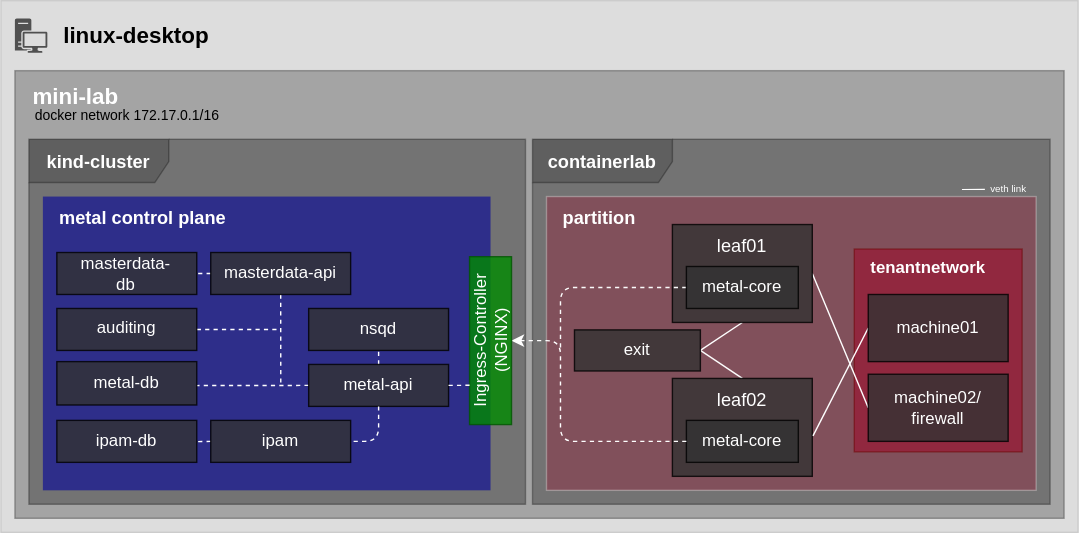
Earlier version of the draw.io export docs/overview.drawio.svg (metal-stack/mini-lab). Source tidied: cells renumbered, new cells last; positions are measured from the earlier drawing's top-left corner, leaving out a move shared by most shapes.
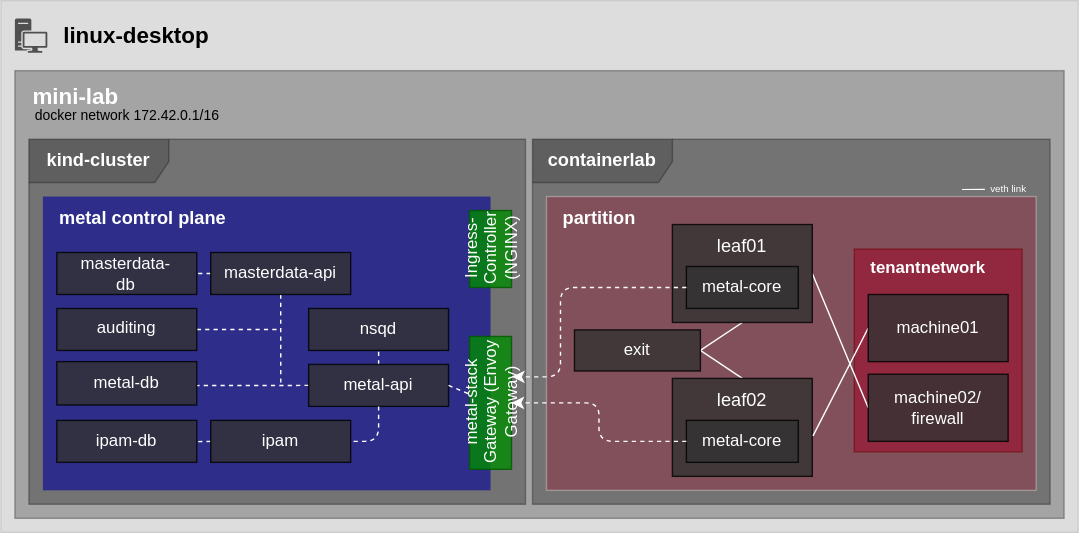
Later version of the same file.

Change to the diagram source:
```diff
@@ -72,13 +72,8 @@
     <mxCell id="23" style="edgeStyle=none;html=1;exitX=0;exitY=0.5;exitDx=0;exitDy=0;entryX=1.005;entryY=0.587;entryDx=0;entryDy=0;entryPerimeter=0;endArrow=none;endFill=0;strokeColor=#FFFFFF;" parent="1" edge="1" source="48" target="20">
       <mxGeometry relative="1" as="geometry" />
     </mxCell>
-    <mxCell id="24" style="edgeStyle=orthogonalEdgeStyle;html=1;exitX=0;exitY=0.5;exitDx=0;exitDy=0;dashed=1;entryX=0.5;entryY=1;entryDx=0;entryDy=0;strokeColor=#FFFFFF;" parent="1" edge="1" source="22" target="46">
-      <mxGeometry relative="1" as="geometry">
-        <Array as="points">
-          <mxPoint x="400" y="315" />
-          <mxPoint x="400" y="243" />
-        </Array>
-      </mxGeometry>
+    <mxCell id="24" style="edgeStyle=orthogonalEdgeStyle;html=1;exitX=0;exitY=0.5;exitDx=0;exitDy=0;dashed=1;strokeColor=#FFFFFF;" parent="1" edge="1" source="22" target="57">
+      <mxGeometry relative="1" as="geometry" />
     </mxCell>
     <mxCell id="25" style="edgeStyle=none;html=1;exitX=0.5;exitY=1;exitDx=0;exitDy=0;entryX=1;entryY=0.5;entryDx=0;entryDy=0;endArrow=none;endFill=0;strokeColor=#FFFFFF;" parent="1" edge="1" source="51" target="49">
       <mxGeometry relative="1" as="geometry" />
@@ -144,18 +139,18 @@
       <mxGeometry x="17.4" y="9.2" width="65.1" height="11.2" as="geometry" />
     </mxCell>
     <mxCell id="43" style="group;" parent="1" vertex="1">
-      <mxGeometry x="8" y="53" width="173" height="43" as="geometry" />
+      <mxGeometry x="8" y="53" width="173" height="44" as="geometry" />
     </mxCell>
     <mxCell id="44" value="mini-lab" style="text;html=1;strokeColor=none;fillColor=none;align=left;verticalAlign=middle;whiteSpace=wrap;rounded=0;fontSize=16;fontStyle=1;fontColor=#FFFFFF;" parent="43" vertex="1">
       <mxGeometry x="13" width="160" height="30" as="geometry" />
     </mxCell>
-    <mxCell id="45" value="docker network 172.17.0.1/16" style="text;html=1;align=center;verticalAlign=middle;strokeColor=none;fillColor=none;fontSize=10;opacity=80;" parent="43" vertex="1">
+    <mxCell id="45" value="docker network 172.42.0.1/16" style="text;html=1;align=center;verticalAlign=middle;strokeColor=none;fillColor=none;fontSize=10;opacity=80;" parent="43" vertex="1">
       <mxGeometry x="2" y="14" width="160" height="30" as="geometry" />
     </mxCell>
     <mxCell id="46" value="Ingress-Controller (NGINX)" style="rounded=0;whiteSpace=wrap;html=1;fillColor=#008a00;fontColor=#ffffff;strokeColor=#005700;opacity=80;rotation=-90;" parent="1" vertex="1">
-      <mxGeometry x="290" y="228" width="120" height="30" as="geometry" />
+      <mxGeometry x="322.5" y="162.5" width="55" height="30" as="geometry" />
     </mxCell>
-    <mxCell id="47" style="edgeStyle=none;html=1;exitX=1;exitY=0.5;exitDx=0;exitDy=0;entryX=0.234;entryY=0.013;entryDx=0;entryDy=0;entryPerimeter=0;endArrow=none;endFill=0;startArrow=none;startFill=0;strokeColor=#FFFFFF;dashed=1;" parent="1" edge="1" source="39" target="46">
+    <mxCell id="47" style="edgeStyle=none;html=1;exitX=1;exitY=0.5;exitDx=0;exitDy=0;endArrow=none;endFill=0;startArrow=none;startFill=0;strokeColor=#FFFFFF;dashed=1;" parent="1" edge="1" source="39" target="57">
       <mxGeometry relative="1" as="geometry" />
     </mxCell>
     <mxCell id="48" value="machine01" style="rounded=0;whiteSpace=wrap;html=1;fillColor=#333333;opacity=80;fontColor=#FFFFFF;" parent="1" vertex="1">
@@ -173,15 +168,6 @@
     <mxCell id="52" value="leaf01" style="text;html=1;strokeColor=none;fillColor=none;align=center;verticalAlign=middle;whiteSpace=wrap;rounded=0;sketch=0;fontSize=13;fontColor=#FFFFFF;opacity=30;" parent="50" vertex="1">
       <mxGeometry x="20" width="60" height="30" as="geometry" />
     </mxCell>
-    <mxCell id="53" style="edgeStyle=orthogonalEdgeStyle;html=1;exitX=0;exitY=0.5;exitDx=0;exitDy=0;endArrow=none;endFill=0;dashed=1;strokeColor=#FBFBFB;" parent="50" edge="1" source="54">
-      <mxGeometry relative="1" as="geometry">
-        <mxPoint x="-80" y="90" as="targetPoint" />
-        <Array as="points">
-          <mxPoint x="-80" y="45" />
-          <mxPoint x="-80" y="90" />
-        </Array>
-      </mxGeometry>
-    </mxCell>
     <mxCell id="54" value="metal-core" style="rounded=0;whiteSpace=wrap;html=1;fillColor=#333333;opacity=80;fontColor=#FFFFFF;fontSize=12;align=center;gradientColor=none;gradientDirection=radial;fillStyle=solid;" parent="50" vertex="1">
       <mxGeometry x="10" y="30" width="80" height="30" as="geometry" />
     </mxCell>
@@ -194,5 +180,16 @@
     <mxCell id="56" value="&amp;nbsp;veth link" style="text;html=1;align=center;verticalAlign=middle;strokeColor=none;fillColor=none;fontSize=7;fontColor=#FFFFFF;" parent="1" vertex="1">
       <mxGeometry x="695" y="125" width="50" height="20" as="geometry" />
     </mxCell>
+    <mxCell id="57" value="metal-stack Gateway (Envoy Gateway)" style="rounded=0;whiteSpace=wrap;html=1;fillColor=#008a00;fontColor=#ffffff;strokeColor=#005700;opacity=80;rotation=-90;" parent="1" vertex="1">
+      <mxGeometry x="302.5" y="272.5" width="95" height="30" as="geometry" />
+    </mxCell>
+    <mxCell id="53" style="edgeStyle=orthogonalEdgeStyle;html=1;exitX=0;exitY=0.5;exitDx=0;exitDy=0;endArrow=classic;endFill=1;dashed=1;strokeColor=#FBFBFB;entryX=0.696;entryY=1.013;entryDx=0;entryDy=0;entryPerimeter=0;startArrow=none;startFill=0;" parent="1" edge="1" source="54" target="57">
+      <mxGeometry relative="1" as="geometry">
+        <Array as="points">
+          <mxPoint x="400" y="205" />
+          <mxPoint x="400" y="269" />
+        </Array>
+      </mxGeometry>
+    </mxCell>
   </root>
 </mxGraphModel>
```
